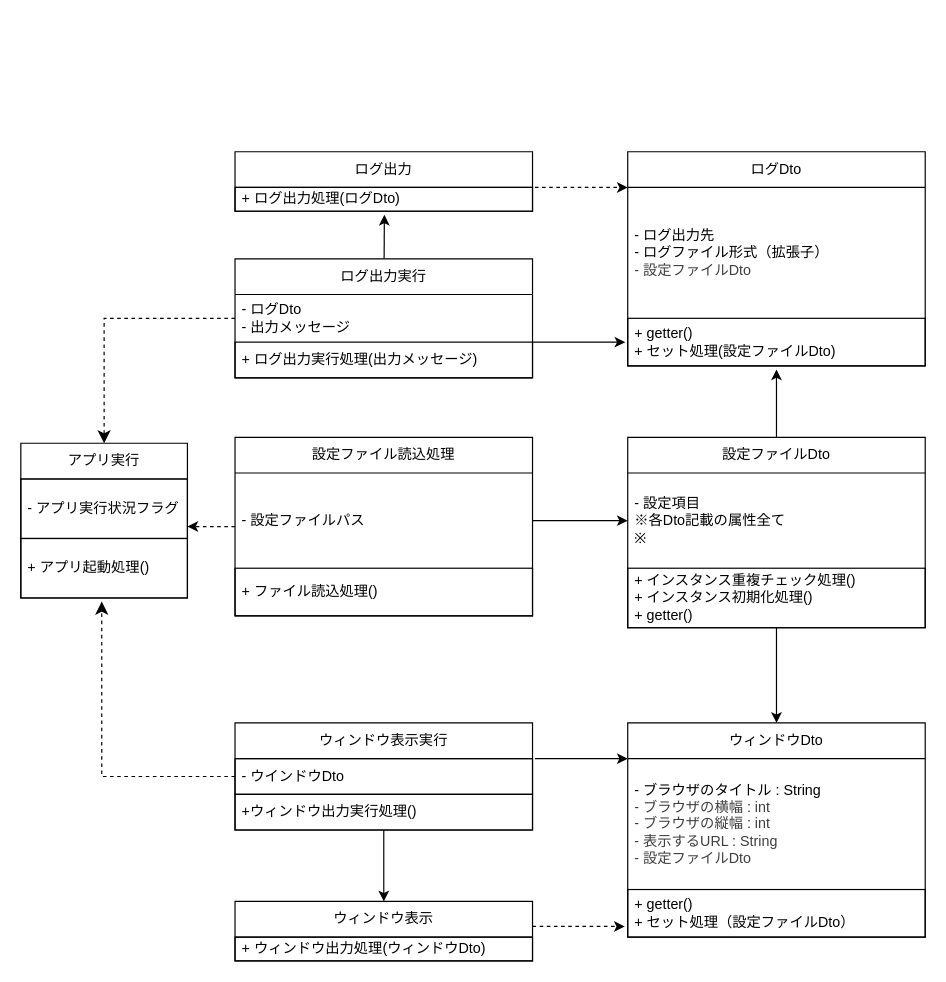
Earlier version of the draw.io diagram src/設計書/クラス図.drawio (kota-done/DifyView_DesktopApp). Source tidied: cells renumbered, new cells numbered last; positions are measured from the earlier drawing's top-left corner, leaving out a move shared by most shapes. Both pictures are drawn from the tidied source at 119%, with x=0, y=0 at pixel (20, 151).
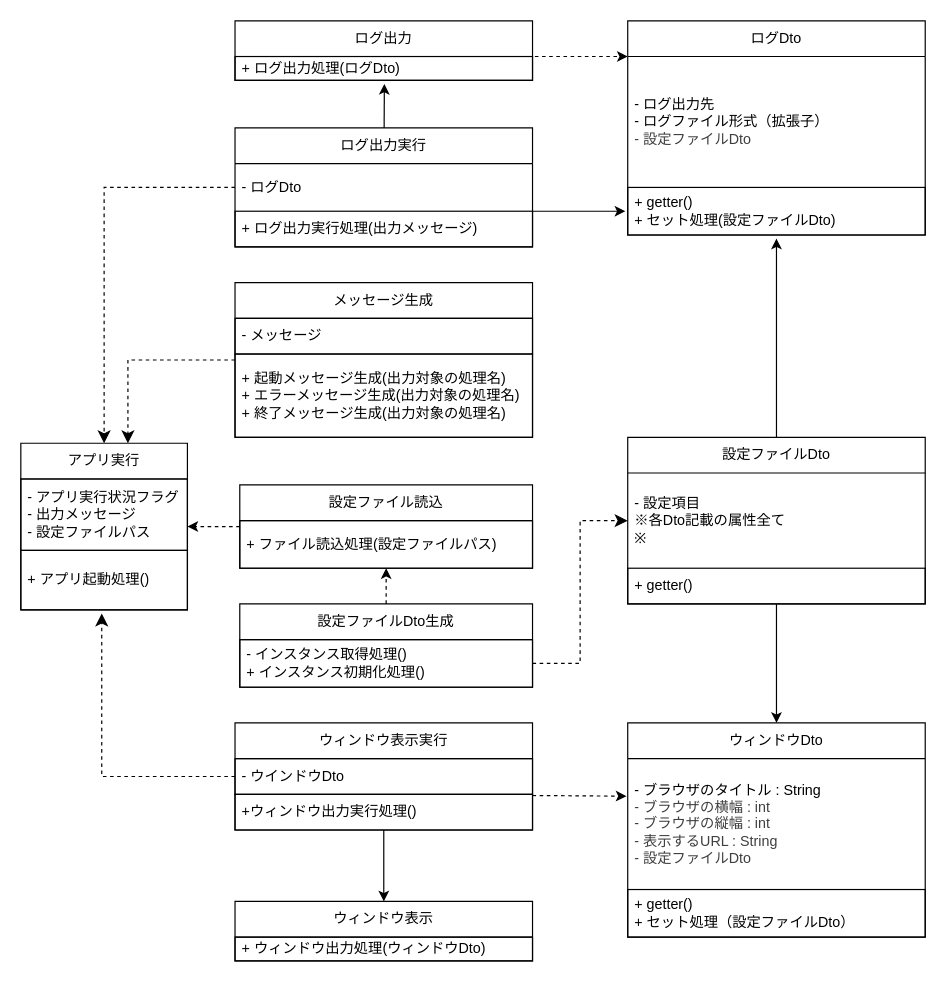
The same page after the edit.

The change refers to these unchanged cells:
```xml
<mxCell id="7" value="- ウインドウDto" style="text;strokeColor=default;fillColor=none;align=left;verticalAlign=middle;spacingLeft=4;spacingRight=4;overflow=hidden;points=[[0,0.5],[1,0.5]];portConstraint=eastwest;whiteSpace=wrap;html=1;perimeterSpacing=0;" parent="6" vertex="1">
  <mxGeometry y="30" width="250" height="30" as="geometry" />
</mxCell>
<mxCell id="13" value="- 設定項目&lt;div&gt;※各Dto記載の属性全て&lt;br&gt;※&lt;/div&gt;" style="text;strokeColor=none;fillColor=none;align=left;verticalAlign=middle;spacingLeft=4;spacingRight=4;overflow=hidden;points=[[0,0.5],[1,0.5]];portConstraint=eastwest;whiteSpace=wrap;html=1;" parent="12" vertex="1">
  <mxGeometry y="30" width="250" height="80" as="geometry" />
</mxCell>
<mxCell id="16" value="&lt;div&gt;&lt;span style=&quot;color: rgb(0, 0, 0);&quot;&gt;- ブラウザのタイトル : String&lt;/span&gt;&lt;div style=&quot;color: rgb(63, 63, 63);&quot;&gt;- ブラウザの横幅 : int&lt;/div&gt;&lt;div style=&quot;color: rgb(63, 63, 63);&quot;&gt;- ブラウザの縦幅 : int&lt;/div&gt;&lt;div style=&quot;color: rgb(63, 63, 63);&quot;&gt;- 表示するURL : String&lt;/div&gt;&lt;div style=&quot;color: rgb(63, 63, 63);&quot;&gt;- 設定ファイルDto&lt;/div&gt;&lt;/div&gt;" style="text;strokeColor=none;fillColor=none;align=left;verticalAlign=middle;spacingLeft=4;spacingRight=4;overflow=hidden;points=[[0,0.5],[1,0.5]];portConstraint=eastwest;whiteSpace=wrap;html=1;" parent="15" vertex="1">
  <mxGeometry y="30" width="250" height="110" as="geometry" />
</mxCell>
<mxCell id="17" value="+ getter()&lt;div&gt;+ セット処理（設定ファイルDto）&lt;/div&gt;" style="text;strokeColor=default;fillColor=none;align=left;verticalAlign=middle;spacingLeft=4;spacingRight=4;overflow=hidden;points=[[0,0.5],[1,0.5]];portConstraint=eastwest;whiteSpace=wrap;html=1;perimeterSpacing=0;" parent="15" vertex="1">
  <mxGeometry y="140" width="250" height="40" as="geometry" />
</mxCell>
```

Change to the diagram source:
```diff
@@
     <mxCell id="2" value="アプリ実行" style="swimlane;fontStyle=0;horizontal=1;startSize=30;whiteSpace=wrap;html=1;" parent="1" vertex="1">
-      <mxGeometry y="245" width="140" height="130" as="geometry" />
+      <mxGeometry y="245" width="140" height="140" as="geometry" />
     </mxCell>
-    <mxCell id="3" value="- アプリ実行状況フラグ" style="text;strokeColor=default;fillColor=none;align=left;verticalAlign=middle;spacingLeft=4;spacingRight=4;overflow=hidden;points=[[0,0.5],[1,0.5]];portConstraint=eastwest;whiteSpace=wrap;html=1;perimeterSpacing=0;" parent="2" vertex="1">
-      <mxGeometry y="30" width="140" height="50" as="geometry" />
+    <mxCell id="3" value="- アプリ実行状況フラグ&lt;br&gt;- 出力メッセージ&lt;div&gt;- 設定ファイルパス&lt;/div&gt;" style="text;strokeColor=default;fillColor=none;align=left;verticalAlign=middle;spacingLeft=4;spacingRight=4;overflow=hidden;points=[[0,0.5],[1,0.5]];portConstraint=eastwest;whiteSpace=wrap;html=1;perimeterSpacing=0;" parent="2" vertex="1">
+      <mxGeometry y="30" width="140" height="60" as="geometry" />
     </mxCell>
     <mxCell id="4" value="+ アプリ起動処理()" style="text;strokeColor=default;fillColor=none;align=left;verticalAlign=middle;spacingLeft=4;spacingRight=4;overflow=hidden;points=[[0,0.5],[1,0.5]];portConstraint=eastwest;whiteSpace=wrap;html=1;perimeterSpacing=0;" parent="2" vertex="1">
-      <mxGeometry y="80" width="140" height="50" as="geometry" />
+      <mxGeometry y="90" width="140" height="50" as="geometry" />
     </mxCell>
@@
     <mxCell id="12" value="設定ファイルDto" style="swimlane;fontStyle=0;horizontal=1;startSize=30;whiteSpace=wrap;html=1;" parent="1" vertex="1">
-      <mxGeometry x="510" y="240" width="250" height="160" as="geometry" />
+      <mxGeometry x="510" y="240" width="250" height="140" as="geometry" />
     </mxCell>
@@
-    <mxCell id="14" value="&lt;div&gt;+ インスタンス重複チェック処理()&lt;/div&gt;+ インスタンス初期化処理()&lt;br&gt;+ getter()" style="text;strokeColor=default;fillColor=none;align=left;verticalAlign=middle;spacingLeft=4;spacingRight=4;overflow=hidden;whiteSpace=wrap;html=1;perimeterSpacing=0;" parent="12" vertex="1">
-      <mxGeometry y="110" width="250" height="50" as="geometry" />
+    <mxCell id="14" value="&lt;div&gt;&lt;span style=&quot;background-color: transparent;&quot;&gt;+ getter()&lt;/span&gt;&lt;/div&gt;" style="text;strokeColor=default;fillColor=none;align=left;verticalAlign=middle;spacingLeft=4;spacingRight=4;overflow=hidden;whiteSpace=wrap;html=1;perimeterSpacing=0;" parent="12" vertex="1">
+      <mxGeometry y="110" width="250" height="30" as="geometry" />
     </mxCell>
@@
     <mxCell id="18" value="ログ出力実行" style="swimlane;fontStyle=0;horizontal=1;startSize=30;whiteSpace=wrap;html=1;" parent="1" vertex="1">
-      <mxGeometry x="180" y="90" width="250" height="100" as="geometry" />
+      <mxGeometry x="180" y="-20" width="250" height="100" as="geometry" />
     </mxCell>
-    <mxCell id="19" value="- ログDto&lt;div&gt;- 出力メッセージ&lt;/div&gt;" style="text;strokeColor=none;fillColor=none;align=left;verticalAlign=middle;spacingLeft=4;spacingRight=4;overflow=hidden;points=[[0,0.5],[1,0.5]];portConstraint=eastwest;whiteSpace=wrap;html=1;" parent="18" vertex="1">
+    <mxCell id="19" value="- ログDto" style="text;strokeColor=none;fillColor=none;align=left;verticalAlign=middle;spacingLeft=4;spacingRight=4;overflow=hidden;points=[[0,0.5],[1,0.5]];portConstraint=eastwest;whiteSpace=wrap;html=1;" parent="18" vertex="1">
       <mxGeometry y="30" width="250" height="40" as="geometry" />
     </mxCell>
@@
     <mxCell id="21" value="ログ出力" style="swimlane;fontStyle=0;horizontal=1;startSize=30;whiteSpace=wrap;html=1;" parent="1" vertex="1">
-      <mxGeometry x="180" width="250" height="50" as="geometry" />
+      <mxGeometry x="180" y="-110" width="250" height="50" as="geometry" />
     </mxCell>
@@
     <mxCell id="23" value="ログDto" style="swimlane;fontStyle=0;horizontal=1;startSize=30;whiteSpace=wrap;html=1;" parent="1" vertex="1">
-      <mxGeometry x="510" width="250" height="180" as="geometry" />
+      <mxGeometry x="510" y="-110" width="250" height="180" as="geometry" />
     </mxCell>
@@
-    <mxCell id="26" value="設定ファイル読込処理" style="swimlane;fontStyle=0;horizontal=1;startSize=30;whiteSpace=wrap;html=1;" parent="1" vertex="1">
-      <mxGeometry x="180" y="240" width="250" height="150" as="geometry" />
+    <mxCell id="26" value="設定ファイル読込" style="swimlane;fontStyle=0;horizontal=1;startSize=30;whiteSpace=wrap;html=1;" parent="1" vertex="1">
+      <mxGeometry x="184" y="280" width="246" height="70" as="geometry" />
     </mxCell>
-    <mxCell id="27" value="- 設定ファイルパス" style="text;strokeColor=none;fillColor=none;align=left;verticalAlign=middle;spacingLeft=4;spacingRight=4;overflow=hidden;points=[[0,0.5],[1,0.5]];portConstraint=eastwest;whiteSpace=wrap;html=1;" parent="26" vertex="1">
-      <mxGeometry y="30" width="250" height="80" as="geometry" />
-    </mxCell>
-    <mxCell id="28" value="+ ファイル読込処理()" style="text;strokeColor=default;fillColor=none;align=left;verticalAlign=middle;spacingLeft=4;spacingRight=4;overflow=hidden;points=[[0,0.5],[1,0.5]];portConstraint=eastwest;whiteSpace=wrap;html=1;perimeterSpacing=0;" parent="26" vertex="1">
-      <mxGeometry y="110" width="250" height="40" as="geometry" />
+    <mxCell id="28" value="+ ファイル読込処理(設定ファイルパス)" style="text;strokeColor=default;fillColor=none;align=left;verticalAlign=middle;spacingLeft=4;spacingRight=4;overflow=hidden;points=[[0,0.5],[1,0.5]];portConstraint=eastwest;whiteSpace=wrap;html=1;perimeterSpacing=0;" parent="26" vertex="1">
+      <mxGeometry y="30" width="246" height="40" as="geometry" />
     </mxCell>
-    <mxCell id="29" style="endArrow=classic;html=1;entryX=-0.01;entryY=0.775;entryDx=0;entryDy=0;entryPerimeter=0;dashed=1;" parent="1" edge="1" target="17">
+    <mxCell id="29" style="endArrow=classic;html=1;entryX=-0.004;entryY=0.287;entryDx=0;entryDy=0;entryPerimeter=0;dashed=1;" parent="1" edge="1" target="16">
       <mxGeometry relative="1" as="geometry">
-        <mxPoint x="430" y="651" as="sourcePoint" />
+        <mxPoint x="430" y="541" as="sourcePoint" />
       </mxGeometry>
     </mxCell>
-    <mxCell id="30" style="endArrow=classic;html=1;entryX=-0.01;entryY=0.775;entryDx=0;entryDy=0;entryPerimeter=0;" parent="1" edge="1">
-      <mxGeometry relative="1" as="geometry">
-        <mxPoint x="432" y="510" as="sourcePoint" />
-        <mxPoint x="510" y="510" as="targetPoint" />
-      </mxGeometry>
-    </mxCell>
     <mxCell id="31" style="endArrow=classic;html=1;entryX=-0.01;entryY=0.775;entryDx=0;entryDy=0;entryPerimeter=0;" parent="1" edge="1">
       <mxGeometry relative="1" as="geometry">
-        <mxPoint x="430" y="160" as="sourcePoint" />
-        <mxPoint x="508" y="160" as="targetPoint" />
+        <mxPoint x="430" y="50" as="sourcePoint" />
+        <mxPoint x="508" y="50" as="targetPoint" />
       </mxGeometry>
     </mxCell>
     <mxCell id="32" style="endArrow=classic;html=1;entryX=-0.01;entryY=0.775;entryDx=0;entryDy=0;entryPerimeter=0;dashed=1;" parent="1" edge="1">
       <mxGeometry relative="1" as="geometry">
-        <mxPoint x="432" y="30" as="sourcePoint" />
-        <mxPoint x="510" y="30" as="targetPoint" />
+        <mxPoint x="432" y="-80" as="sourcePoint" />
+        <mxPoint x="510" y="-80" as="targetPoint" />
       </mxGeometry>
     </mxCell>
@@
-    <mxCell id="35" style="edgeStyle=none;html=1;entryX=0;entryY=0.5;entryDx=0;entryDy=0;" parent="1" edge="1" source="27" target="13">
-      <mxGeometry relative="1" as="geometry" />
-    </mxCell>
-    <mxCell id="36" style="edgeStyle=none;html=1;entryX=1;entryY=0.8;entryDx=0;entryDy=0;entryPerimeter=0;dashed=1;" parent="1" edge="1" source="26" target="3">
-      <mxGeometry relative="1" as="geometry" />
+    <mxCell id="36" style="edgeStyle=none;html=1;dashed=1;" parent="1" edge="1" source="26">
+      <mxGeometry relative="1" as="geometry">
+        <mxPoint x="140" y="315" as="targetPoint" />
+      </mxGeometry>
     </mxCell>
     <mxCell id="37" style="edgeStyle=elbowEdgeStyle;elbow=horizontal;endArrow=classic;html=1;curved=0;rounded=0;endSize=8;startSize=8;exitX=0;exitY=0.5;exitDx=0;exitDy=0;entryX=0.5;entryY=0;entryDx=0;entryDy=0;dashed=1;" parent="1" edge="1" source="19" target="2">
       <mxGeometry relative="1" as="geometry">
         <Array as="points">
-          <mxPoint x="70" y="190" />
+          <mxPoint x="70" y="80" />
         </Array>
       </mxGeometry>
     </mxCell>
     <mxCell id="38" style="edgeStyle=elbowEdgeStyle;elbow=horizontal;endArrow=classic;html=1;curved=0;rounded=0;endSize=8;startSize=8;exitX=0;exitY=0.5;exitDx=0;exitDy=0;entryX=0.486;entryY=1.06;entryDx=0;entryDy=0;dashed=1;entryPerimeter=0;" parent="1" edge="1" source="7" target="4">
       <mxGeometry relative="1" as="geometry">
         <Array as="points">
-          <mxPoint x="68" y="450" />
+          <mxPoint x="68" y="340" />
         </Array>
       </mxGeometry>
     </mxCell>
+    <mxCell id="39" value="メッセージ生成" style="swimlane;fontStyle=0;horizontal=1;startSize=30;whiteSpace=wrap;html=1;" parent="1" vertex="1">
+      <mxGeometry x="180" y="110" width="250" height="130" as="geometry" />
+    </mxCell>
+    <mxCell id="40" value="- メッセージ" style="text;strokeColor=default;fillColor=none;align=left;verticalAlign=middle;spacingLeft=4;spacingRight=4;overflow=hidden;whiteSpace=wrap;html=1;perimeterSpacing=0;" parent="39" vertex="1">
+      <mxGeometry y="30" width="250" height="30" as="geometry" />
+    </mxCell>
+    <mxCell id="41" value="+ 起動メッセージ生成(出力対象の処理名)&lt;div&gt;&lt;span style=&quot;color: rgb(0, 0, 0);&quot;&gt;+ エラーメッセージ生成(出力対象の処理名)&lt;/span&gt;&lt;/div&gt;&lt;div&gt;&lt;span style=&quot;color: rgb(0, 0, 0);&quot;&gt;+ 終了メッセージ生成(出力対象の処理名)&lt;/span&gt;&lt;span style=&quot;color: rgb(0, 0, 0);&quot;&gt;&lt;/span&gt;&lt;/div&gt;" style="text;strokeColor=default;fillColor=none;align=left;verticalAlign=middle;spacingLeft=4;spacingRight=4;overflow=hidden;whiteSpace=wrap;html=1;perimeterSpacing=0;" parent="39" vertex="1">
+      <mxGeometry y="60" width="250" height="70" as="geometry" />
+    </mxCell>
+    <mxCell id="42" style="edgeStyle=elbowEdgeStyle;elbow=horizontal;endArrow=classic;html=1;curved=0;rounded=0;endSize=8;startSize=8;dashed=1;" parent="1" edge="1">
+      <mxGeometry relative="1" as="geometry">
+        <mxPoint x="180" y="175" as="sourcePoint" />
+        <mxPoint x="90" y="245" as="targetPoint" />
+        <Array as="points">
+          <mxPoint x="90" y="225" />
+        </Array>
+      </mxGeometry>
+    </mxCell>
+    <mxCell id="43" style="edgeStyle=none;html=1;exitX=0.5;exitY=0;exitDx=0;exitDy=0;dashed=1;" parent="1" edge="1" source="44" target="28">
+      <mxGeometry relative="1" as="geometry" />
+    </mxCell>
+    <mxCell id="44" value="設定ファイルDto生成" style="swimlane;fontStyle=0;horizontal=1;startSize=30;whiteSpace=wrap;html=1;" parent="1" vertex="1">
+      <mxGeometry x="184" y="380" width="246" height="70" as="geometry" />
+    </mxCell>
+    <mxCell id="45" value="&lt;div&gt;- インスタンス取得処理()&lt;/div&gt;&lt;span style=&quot;color: rgb(0, 0, 0);&quot;&gt;+ インスタンス初期化処理()&lt;/span&gt;" style="text;strokeColor=default;fillColor=none;align=left;verticalAlign=middle;spacingLeft=4;spacingRight=4;overflow=hidden;points=[[0,0.5],[1,0.5]];portConstraint=eastwest;whiteSpace=wrap;html=1;perimeterSpacing=0;" parent="44" vertex="1">
+      <mxGeometry y="30" width="246" height="40" as="geometry" />
+    </mxCell>
+    <mxCell id="46" style="edgeStyle=elbowEdgeStyle;elbow=horizontal;endArrow=classic;html=1;curved=0;rounded=0;endSize=8;startSize=8;exitX=1;exitY=0.5;exitDx=0;exitDy=0;entryX=0;entryY=0.5;entryDx=0;entryDy=0;dashed=1;" parent="1" edge="1" source="45" target="13">
+      <mxGeometry relative="1" as="geometry" />
+    </mxCell>
```
